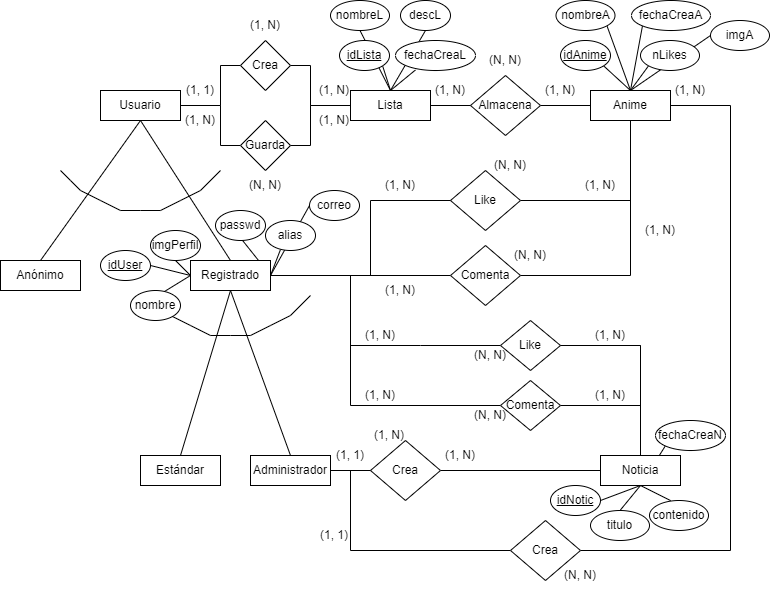
Above: YumeanimeE-R.png in raulfarce01/yumeanime (draw.io), before the change. Source tidied: cells renumbered, new cells last; positions are measured from the earlier drawing's top-left corner, leaving out a move shared by most shapes.
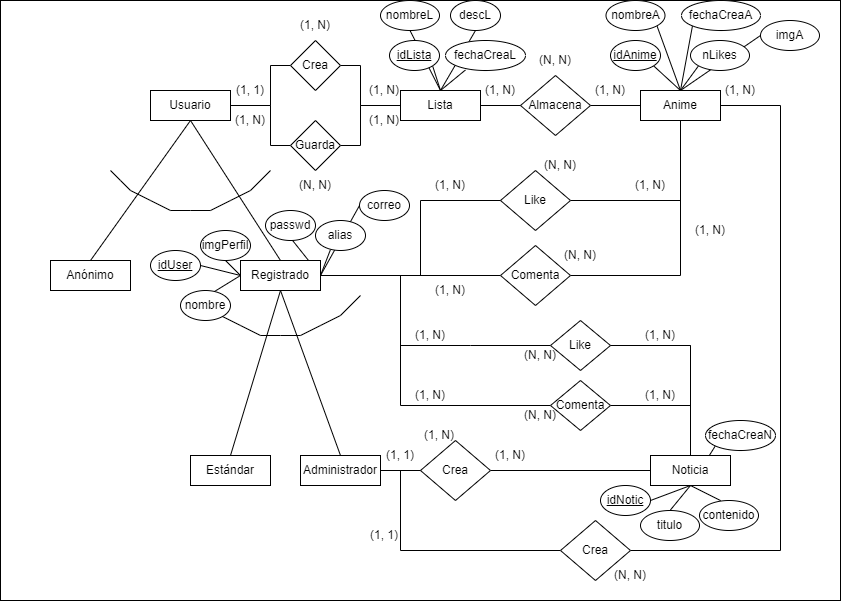
The same file after the commit.

What changed in the source:
```diff
@@ -2,6 +2,9 @@
   <root>
     <mxCell id="0" />
     <mxCell id="1" parent="0" />
+    <mxCell id="109" style="rounded=0;whiteSpace=wrap;html=1;" parent="1" vertex="1">
+      <mxGeometry x="-50" width="840" height="600" as="geometry" />
+    </mxCell>
     <mxCell id="2" style="endArrow=none;html=1;rounded=0;strokeColor=default;" parent="1" edge="1">
       <mxGeometry relative="1" as="geometry">
         <mxPoint x="150" y="295" as="sourcePoint" />
```
